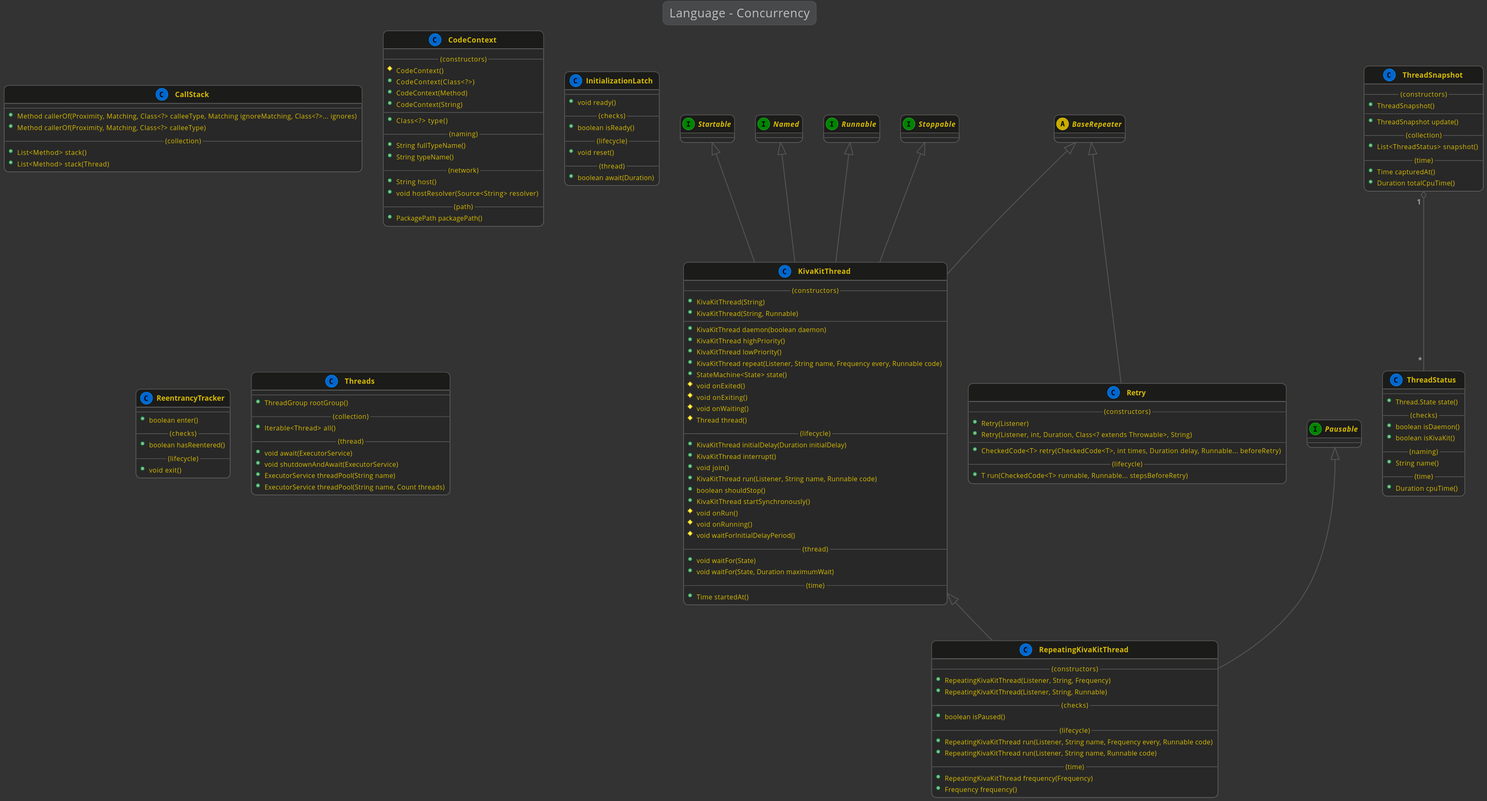
This is kivakit-core/kernel/documentation/diagrams/diagram-language-thread.svg from Telenav/kivakit, a PlantUML export, as it was before one commit.
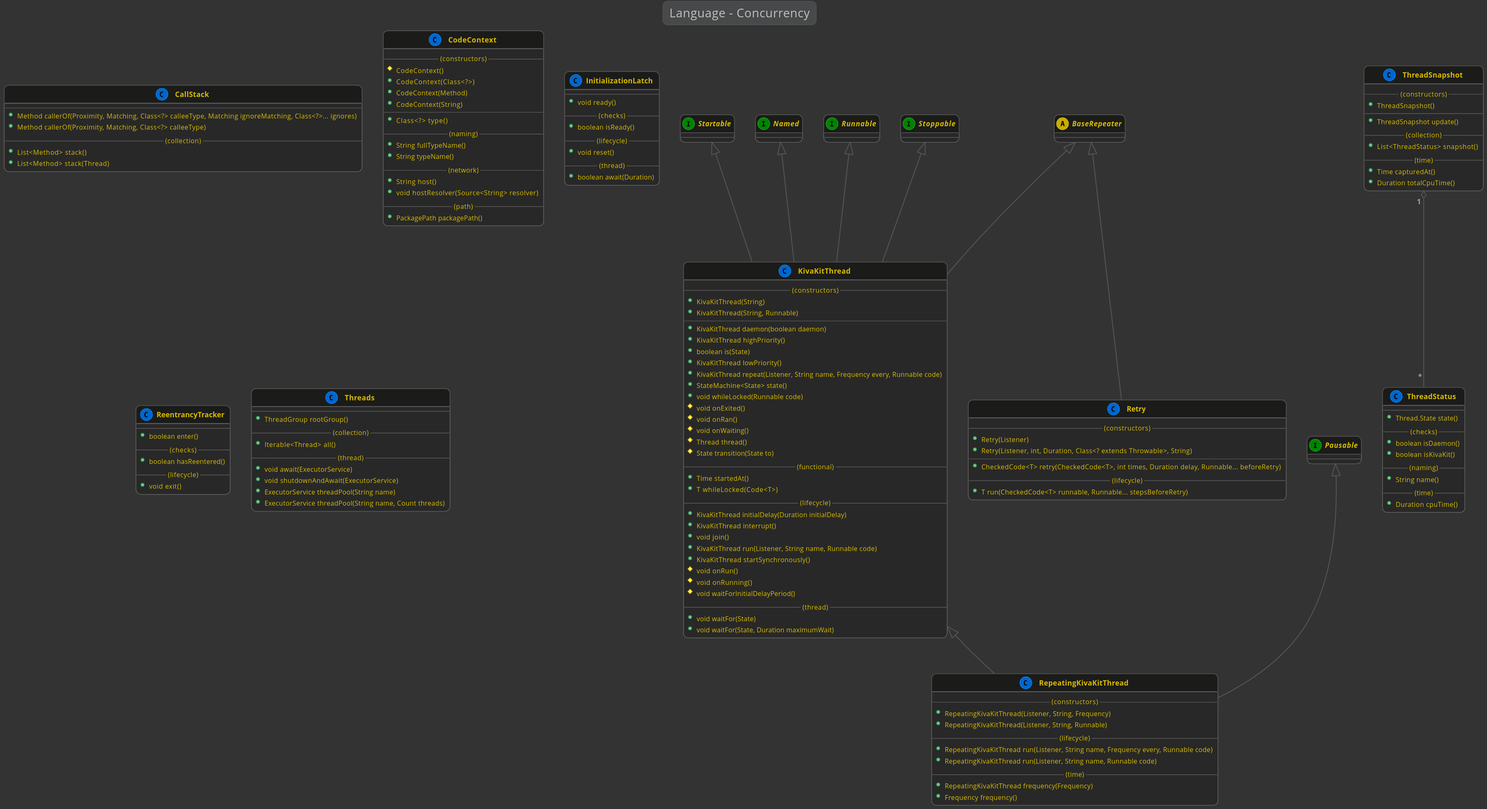
The same diagram one commit later.

Diff of the diagram source:
```diff
@@ -66,19 +66,24 @@
         --
         +KivaKitThread daemon(boolean daemon)
         +KivaKitThread highPriority()
+        +boolean is(State)
         +KivaKitThread lowPriority()
         +KivaKitThread repeat(Listener, String name, Frequency every, Runnable code)
         +StateMachine<State> state()
+        +void whileLocked(Runnable code)
         #void onExited()
-        #void onExiting()
+        #void onRan()
         #void onWaiting()
         #Thread thread()
+        #State transition(State to)
+        --(functional)--
+        +Time startedAt()
+        +T whileLocked(Code<T>)
         --(lifecycle)--
         +KivaKitThread initialDelay(Duration initialDelay)
         +KivaKitThread interrupt()
         +void join()
         +KivaKitThread run(Listener, String name, Runnable code)
-        +boolean shouldStop()
         +KivaKitThread startSynchronously()
         #void onRun()
         #void onRunning()
@@ -86,8 +91,6 @@
         --(thread)--
         +void waitFor(State)
         +void waitFor(State, Duration maximumWait)
-        --(time)--
-        +Time startedAt()
     }
 
     class ReentrancyTracker
@@ -107,8 +110,6 @@
         --(constructors)--
         +RepeatingKivaKitThread(Listener, String, Frequency)
         +RepeatingKivaKitThread(Listener, String, Runnable)
-        --(checks)--
-        +boolean isPaused()
         --(lifecycle)--
         +RepeatingKivaKitThread run(Listener, String name, Frequency every, Runnable code)
         +RepeatingKivaKitThread run(Listener, String name, Runnable code)
```
